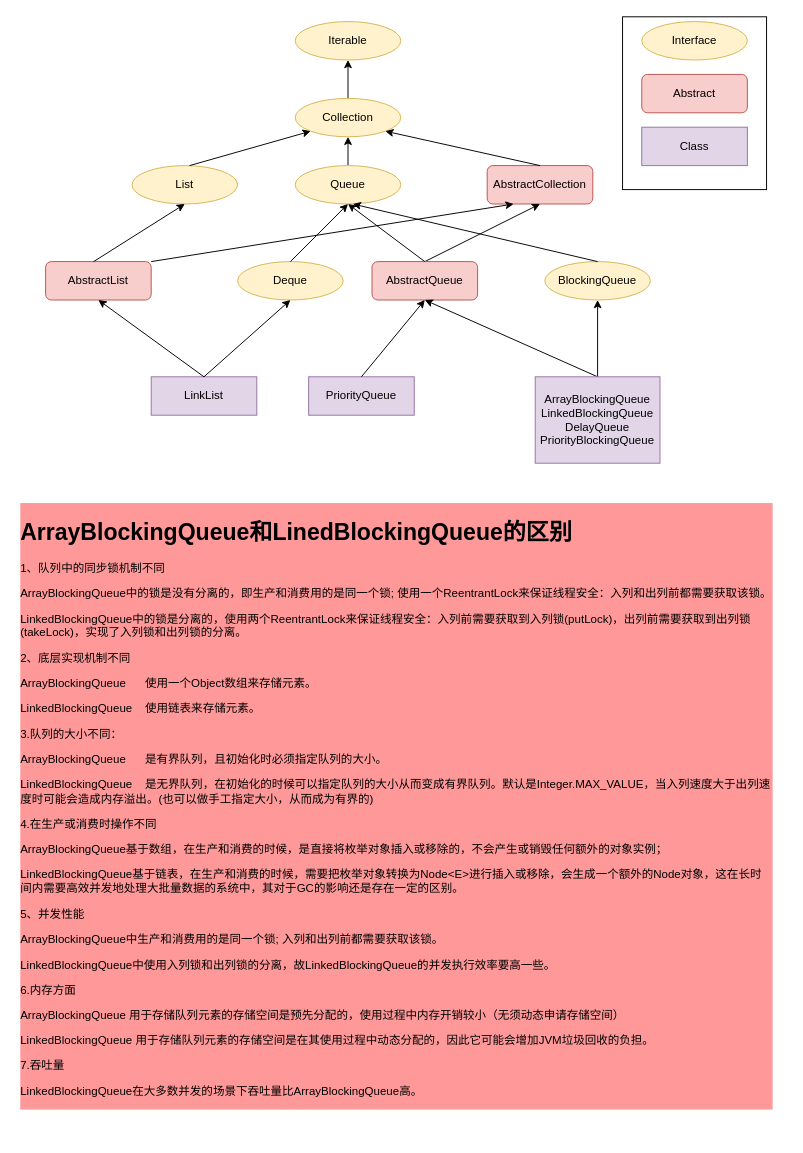
Earlier version of the draw.io diagram page "Queue" (1 of 2) of 未命名绘图.drawio (dawnq5/draw.io). Source tidied: cells renumbered, new cells numbered last; positions are measured from the earlier drawing's top-left corner, leaving out a move shared by most shapes. Both pictures are drawn from the tidied source at 96%, with x=0, y=0 at pixel (16, 16).
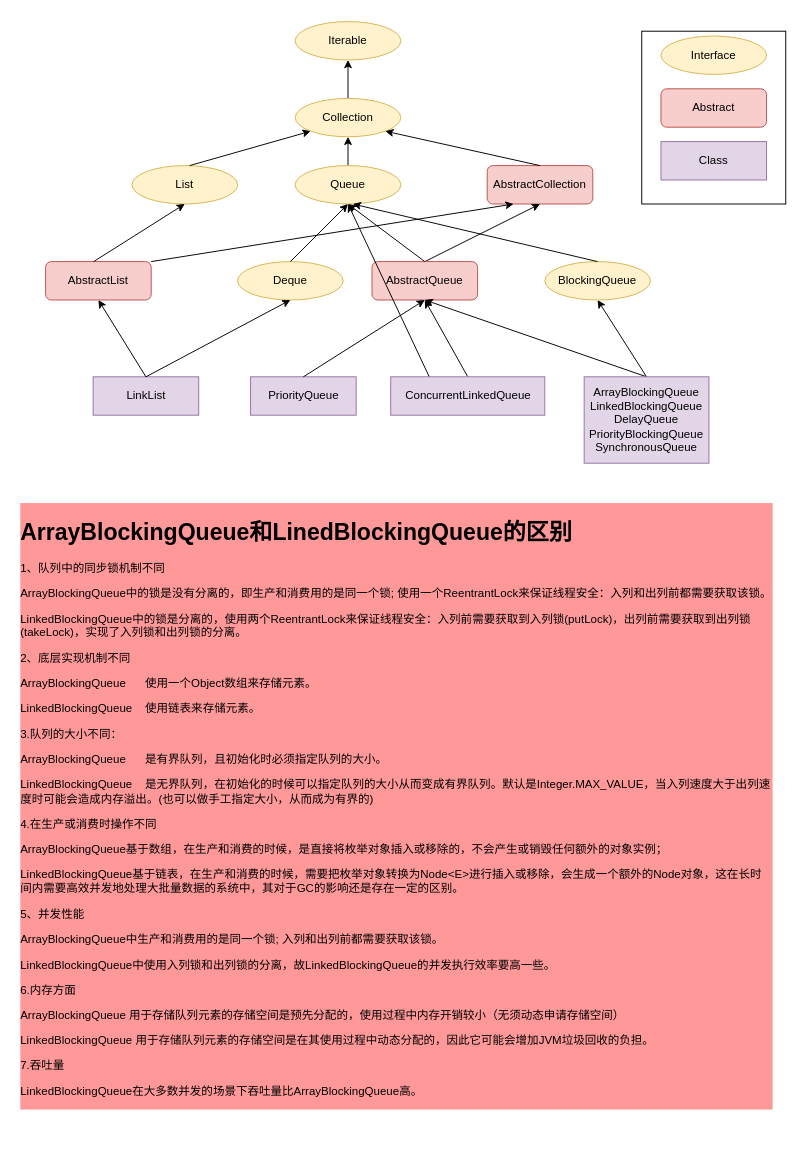
After the change.

Commit message (it also covers changes not shown here):
更新未命名绘图.drawio

The change refers to these unchanged cells:
```xml
<mxCell id="11" value="Queue" style="ellipse;whiteSpace=wrap;html=1;fillColor=#fff2cc;strokeColor=#d6b656;" parent="1" vertex="1">
  <mxGeometry x="290" y="155" width="110" height="40" as="geometry" />
</mxCell>
<mxCell id="14" value="AbstractQueue" style="rounded=1;whiteSpace=wrap;html=1;fillColor=#f8cecc;strokeColor=#b85450;" parent="1" vertex="1">
  <mxGeometry x="370" y="255" width="110" height="40" as="geometry" />
</mxCell>
```

The edit, as a diff of the source:
```diff
@@
     <mxCell id="2" style="rounded=0;whiteSpace=wrap;html=1;labelBackgroundColor=#FF9999;fontSize=11;" parent="1" vertex="1">
-      <mxGeometry x="631" width="150" height="180" as="geometry" />
+      <mxGeometry x="651" y="15" width="150" height="180" as="geometry" />
     </mxCell>
     <mxCell id="3" value="Interface" style="ellipse;whiteSpace=wrap;html=1;fillColor=#fff2cc;strokeColor=#d6b656;" parent="1" vertex="1">
-      <mxGeometry x="651" y="5" width="110" height="40" as="geometry" />
+      <mxGeometry x="671" y="20" width="110" height="40" as="geometry" />
     </mxCell>
     <mxCell id="4" value="Abstract" style="rounded=1;whiteSpace=wrap;html=1;fillColor=#f8cecc;strokeColor=#b85450;" parent="1" vertex="1">
-      <mxGeometry x="651" y="60" width="110" height="40" as="geometry" />
+      <mxGeometry x="671" y="75" width="110" height="40" as="geometry" />
     </mxCell>
     <mxCell id="5" value="Class" style="rounded=0;whiteSpace=wrap;html=1;fillColor=#e1d5e7;strokeColor=#9673a6;" parent="1" vertex="1">
-      <mxGeometry x="651" y="115" width="110" height="40" as="geometry" />
+      <mxGeometry x="671" y="130" width="110" height="40" as="geometry" />
     </mxCell>
@@
     <mxCell id="18" value="LinkList" style="rounded=0;whiteSpace=wrap;html=1;fillColor=#e1d5e7;strokeColor=#9673a6;" parent="1" vertex="1">
-      <mxGeometry x="140" y="375" width="110" height="40" as="geometry" />
+      <mxGeometry x="79.5" y="375" width="110" height="40" as="geometry" />
     </mxCell>
     <mxCell id="19" value="PriorityQueue" style="rounded=0;whiteSpace=wrap;html=1;fillColor=#e1d5e7;strokeColor=#9673a6;" parent="1" vertex="1">
-      <mxGeometry x="304" y="375" width="110" height="40" as="geometry" />
+      <mxGeometry x="243.5" y="375" width="110" height="40" as="geometry" />
     </mxCell>
@@
-    <mxCell id="22" value="ArrayBlockingQueue&lt;br&gt;LinkedBlockingQueue&lt;br&gt;DelayQueue&lt;br&gt;PriorityBlockingQueue" style="rounded=0;whiteSpace=wrap;html=1;fillColor=#e1d5e7;strokeColor=#9673a6;align=center;" parent="1" vertex="1">
-      <mxGeometry x="540" y="375" width="130" height="90" as="geometry" />
+    <mxCell id="22" value="ArrayBlockingQueue&lt;br&gt;LinkedBlockingQueue&lt;br&gt;DelayQueue&lt;br&gt;PriorityBlockingQueue&lt;br&gt;SynchronousQueue" style="rounded=0;whiteSpace=wrap;html=1;fillColor=#e1d5e7;strokeColor=#9673a6;align=center;" parent="1" vertex="1">
+      <mxGeometry x="591" y="375" width="130" height="90" as="geometry" />
     </mxCell>
@@
+    <mxCell id="34" style="edgeStyle=none;rounded=0;jettySize=auto;html=1;exitX=0.5;exitY=0;exitDx=0;exitDy=0;entryX=0.5;entryY=1;entryDx=0;entryDy=0;fontSize=11;" parent="1" edge="1" source="36" target="14">
+      <mxGeometry relative="1" as="geometry" />
+    </mxCell>
+    <mxCell id="35" style="edgeStyle=none;rounded=0;jettySize=auto;html=1;exitX=0.25;exitY=0;exitDx=0;exitDy=0;entryX=0.5;entryY=1;entryDx=0;entryDy=0;fontSize=11;" parent="1" edge="1" source="36" target="11">
+      <mxGeometry relative="1" as="geometry" />
+    </mxCell>
+    <mxCell id="36" value="ConcurrentLinkedQueue" style="rounded=0;whiteSpace=wrap;html=1;fillColor=#e1d5e7;strokeColor=#9673a6;" parent="1" vertex="1">
+      <mxGeometry x="389.5" y="375" width="160.5" height="40" as="geometry" />
+    </mxCell>
```
